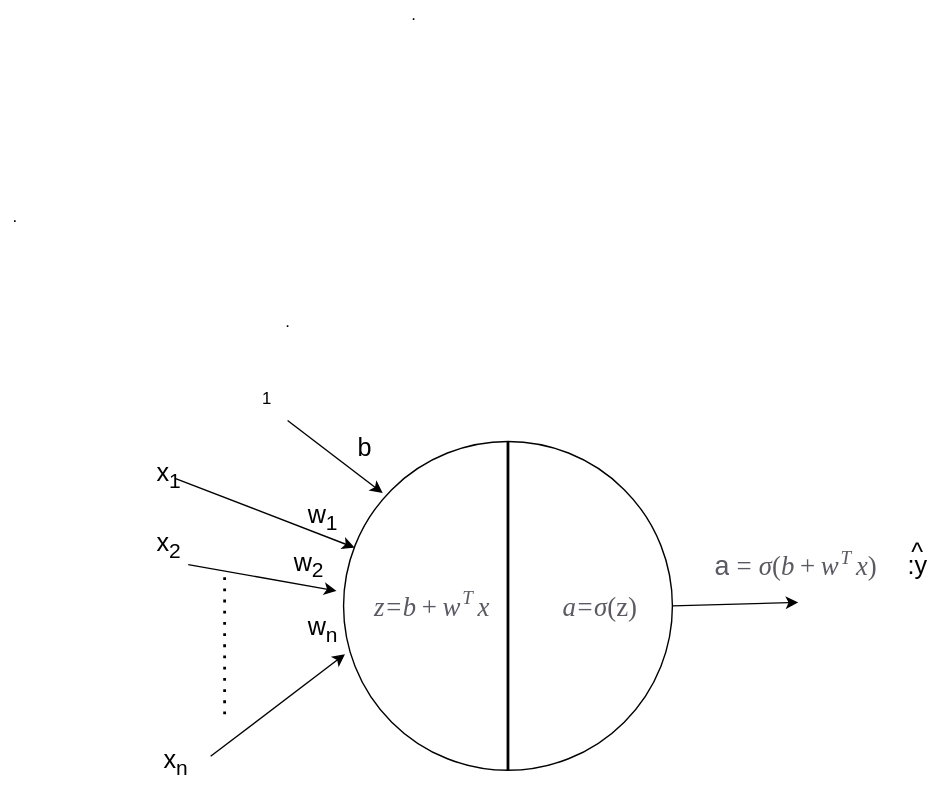
Earlier version of the draw.io export assets/images/neural-networks/logistic-regression-network.svg (ronen567/just-the-docs). Source tidied: cells renumbered, new cells last; positions are measured from the earlier drawing's top-left corner, leaving out a move shared by most shapes.
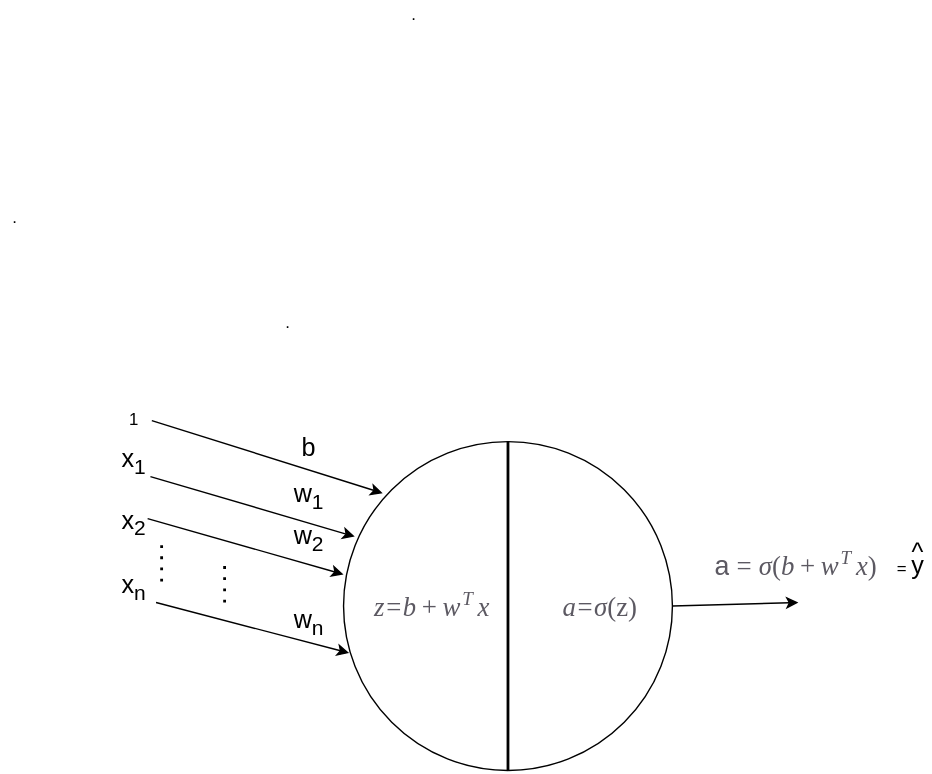
Above is the later version.

What changed in the source:
```diff
@@ -13,10 +13,10 @@
     </mxCell>
-    <mxCell id="5" style="endArrow=classic;html=1;entryX=0.9;entryY=1.067;entryDx=0;entryDy=0;entryPerimeter=0;" parent="1" edge="1" target="18">
+    <mxCell id="5" style="endArrow=classic;html=1;entryX=0.017;entryY=0.643;entryDx=0;entryDy=0;entryPerimeter=0;" parent="1" edge="1" target="3">
       <mxGeometry relative="1" as="geometry">
-        <mxPoint x="150" y="540" as="sourcePoint" />
+        <mxPoint x="111" y="430" as="sourcePoint" />
       </mxGeometry>
     </mxCell>
-    <mxCell id="6" style="endArrow=classic;html=1;entryX=0.034;entryY=0.323;entryDx=0;entryDy=0;entryPerimeter=0;" parent="1" edge="1" target="3">
+    <mxCell id="6" style="endArrow=classic;html=1;entryX=0.034;entryY=0.289;entryDx=0;entryDy=0;entryPerimeter=0;" parent="1" edge="1" target="3">
       <mxGeometry relative="1" as="geometry">
-        <mxPoint x="125" y="341.5" as="sourcePoint" />
+        <mxPoint x="107" y="340" as="sourcePoint" />
       </mxGeometry>
@@ -25,4 +25,4 @@
       <mxGeometry relative="1" as="geometry">
-        <mxPoint x="160" y="510" as="sourcePoint" />
-        <mxPoint x="160" y="410" as="targetPoint" />
+        <mxPoint x="160" y="430" as="sourcePoint" />
+        <mxPoint x="160" y="400" as="targetPoint" />
       </mxGeometry>
@@ -30,9 +30,9 @@
     <mxCell id="8" value="&lt;span style=&quot;font-size: 18px&quot;&gt;x&lt;sub&gt;1&lt;/sub&gt;&lt;/span&gt;" style="text;html=1;align=center;verticalAlign=middle;" parent="1" vertex="1">
-      <mxGeometry x="105" y="325" width="30" height="30" as="geometry" />
+      <mxGeometry x="80" y="315" width="30" height="30" as="geometry" />
     </mxCell>
     <mxCell id="9" value="&lt;span style=&quot;font-size: 18px&quot;&gt;x&lt;sub&gt;2&lt;/sub&gt;&lt;/span&gt;" style="text;html=1;align=center;verticalAlign=middle;points=[];" parent="1" vertex="1">
-      <mxGeometry x="105" y="375" width="30" height="30" as="geometry" />
+      <mxGeometry x="80" y="359" width="30" height="30" as="geometry" />
     </mxCell>
     <mxCell id="10" value="&lt;font style=&quot;font-size: 18px&quot;&gt;x&lt;sub&gt;n&lt;/sub&gt;&lt;/font&gt;" style="text;html=1;align=center;verticalAlign=middle;" parent="1" vertex="1">
-      <mxGeometry x="110" y="530" width="30" height="30" as="geometry" />
+      <mxGeometry x="80" y="405" width="30" height="30" as="geometry" />
     </mxCell>
@@ -40,3 +40,3 @@
       <mxGeometry relative="1" as="geometry">
-        <mxPoint x="205" y="300" as="sourcePoint" />
+        <mxPoint x="108" y="300" as="sourcePoint" />
       </mxGeometry>
@@ -44,6 +44,6 @@
     <mxCell id="12" value="&lt;span style=&quot;font-size: 18px&quot;&gt;b&lt;/span&gt;" style="text;html=1;align=center;verticalAlign=middle;" parent="1" vertex="1">
-      <mxGeometry x="245" y="310" width="30" height="20" as="geometry" />
+      <mxGeometry x="205" y="310" width="30" height="20" as="geometry" />
     </mxCell>
     <mxCell id="13" value="1" style="text;html=1;align=center;verticalAlign=middle;" parent="1" vertex="1">
-      <mxGeometry x="180" y="275" width="20" height="20" as="geometry" />
+      <mxGeometry x="85" y="290" width="20" height="20" as="geometry" />
     </mxCell>
@@ -58,9 +58,9 @@
     <mxCell id="16" value="&lt;font style=&quot;font-size: 18px&quot;&gt;w&lt;sub&gt;1&lt;/sub&gt;&lt;/font&gt;" style="text;html=1;align=center;verticalAlign=middle;" parent="1" vertex="1">
-      <mxGeometry x="210" y="355" width="40" height="30" as="geometry" />
+      <mxGeometry x="200" y="340" width="40" height="30" as="geometry" />
     </mxCell>
     <mxCell id="17" value="&lt;font style=&quot;font-size: 18px&quot;&gt;w&lt;sub&gt;2&lt;/sub&gt;&lt;/font&gt;" style="text;html=1;align=center;verticalAlign=middle;" parent="1" vertex="1">
-      <mxGeometry x="200" y="389" width="40" height="30" as="geometry" />
+      <mxGeometry x="200" y="370" width="40" height="30" as="geometry" />
     </mxCell>
     <mxCell id="18" value="&lt;font style=&quot;font-size: 18px&quot;&gt;w&lt;sub&gt;n&lt;/sub&gt;&lt;/font&gt;" style="text;html=1;align=center;verticalAlign=middle;points=[];" parent="1" vertex="1">
-      <mxGeometry x="210" y="435" width="40" height="30" as="geometry" />
+      <mxGeometry x="200" y="430" width="40" height="30" as="geometry" />
     </mxCell>
@@ -75,3 +75,3 @@
     </mxCell>
-    <mxCell id="22" style="endArrow=classic;html=1;strokeWidth=1;exitX=0.967;exitY=0.933;exitDx=0;exitDy=0;exitPerimeter=0;" parent="1" edge="1" source="9" target="21">
+    <mxCell id="22" style="endArrow=classic;html=1;strokeWidth=1;entryX=0;entryY=0.404;entryDx=0;entryDy=0;entryPerimeter=0;exitX=0.833;exitY=0.367;exitDx=0;exitDy=0;exitPerimeter=0;" parent="1" edge="1" source="9" target="3">
       <mxGeometry relative="1" as="geometry" />
@@ -84,4 +84,4 @@
     </mxCell>
-    <mxCell id="25" value="&lt;font style=&quot;font-size: 18px&quot;&gt;:y&lt;/font&gt;" style="text;html=1;align=center;verticalAlign=middle;" parent="1" vertex="1">
-      <mxGeometry x="640" y="394" width="30" height="20" as="geometry" />
+    <mxCell id="25" value="&lt;font style=&quot;font-size: 12px&quot;&gt;=&amp;nbsp;&lt;/font&gt;&lt;font style=&quot;font-size: 18px&quot;&gt;y&lt;/font&gt;" style="text;html=1;align=center;verticalAlign=middle;" parent="1" vertex="1">
+      <mxGeometry x="635" y="394" width="30" height="20" as="geometry" />
     </mxCell>
@@ -96,2 +96,8 @@
     </mxCell>
+    <mxCell id="29" style="endArrow=none;dashed=1;html=1;dashPattern=1 3;strokeWidth=2;" parent="1" edge="1">
+      <mxGeometry relative="1" as="geometry">
+        <mxPoint x="115" y="415" as="sourcePoint" />
+        <mxPoint x="115" y="385" as="targetPoint" />
+      </mxGeometry>
+    </mxCell>
   </root>
```
